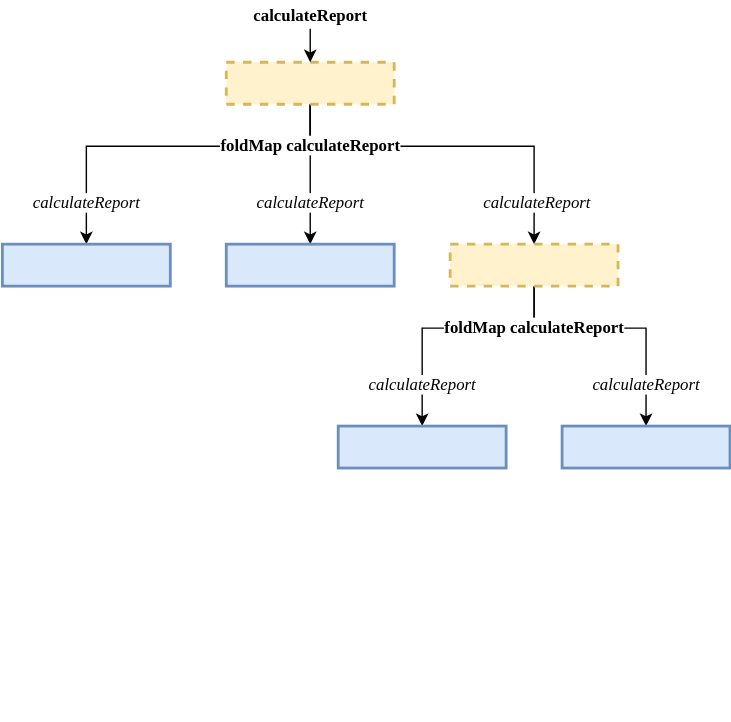
owickstrom/domain-modeling-with-haskell-data-structures-oredev keeps this draw.io diagram as src/images/project-tree-foldmap.svg. Above is the earlier version. Source tidied: cells renumbered, new cells last; positions are measured from the earlier drawing's top-left corner, leaving out a move shared by most shapes.
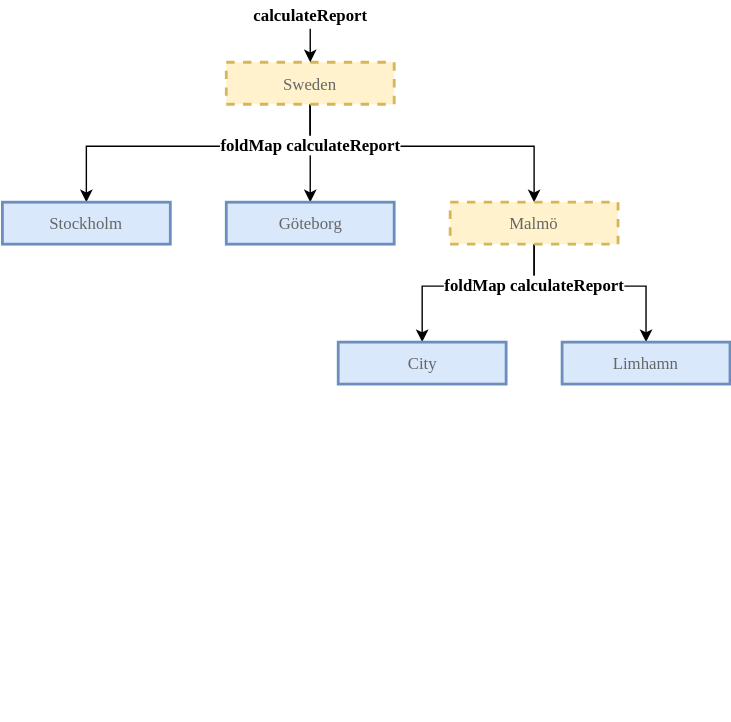
The same diagram one commit later.

Change to the diagram source:
```diff
@@ -21,39 +21,39 @@
         </Array>
       </mxGeometry>
     </mxCell>
-    <mxCell id="5" value="&lt;div&gt;Sweden&lt;/div&gt;" style="rounded=0;whiteSpace=wrap;fontFamily=Source Sans Pro;fontStyle=1;fillColor=#fff2cc;strokeColor=#d6b656;strokeWidth=2;dashed=1;fontColor=none;noLabel=1;" parent="1" vertex="1">
+    <mxCell id="5" value="Sweden" style="rounded=0;whiteSpace=wrap;fontFamily=Source Sans Pro;fontStyle=0;fillColor=#fff2cc;strokeColor=#d6b656;strokeWidth=2;dashed=1;fontColor=#666666;" parent="1" vertex="1">
       <mxGeometry x="160" y="44" width="120" height="30" as="geometry" />
     </mxCell>
-    <mxCell id="6" value="&lt;div&gt;Stockholm&lt;/div&gt;" style="rounded=0;whiteSpace=wrap;fontFamily=Source Sans Pro;fontStyle=1;fillColor=#dae8fc;strokeColor=#6c8ebf;strokeWidth=2;fontColor=none;noLabel=1;" parent="1" vertex="1">
-      <mxGeometry y="174" width="120" height="30" as="geometry" />
+    <mxCell id="6" value="Stockholm" style="rounded=0;whiteSpace=wrap;fontFamily=Source Sans Pro;fontStyle=0;fillColor=#dae8fc;strokeColor=#6c8ebf;strokeWidth=2;fontColor=#666666;" parent="1" vertex="1">
+      <mxGeometry y="144" width="120" height="30" as="geometry" />
     </mxCell>
-    <mxCell id="7" value="Göteborg" style="rounded=0;whiteSpace=wrap;fontFamily=Source Sans Pro;fontStyle=1;fillColor=#dae8fc;strokeColor=#6c8ebf;strokeWidth=2;fontColor=none;noLabel=1;" parent="1" vertex="1">
-      <mxGeometry x="160" y="174" width="120" height="30" as="geometry" />
+    <mxCell id="7" value="Göteborg" style="rounded=0;whiteSpace=wrap;fontFamily=Source Sans Pro;fontStyle=0;fillColor=#dae8fc;strokeColor=#6c8ebf;strokeWidth=2;fontColor=#666666;" parent="1" vertex="1">
+      <mxGeometry x="160" y="144" width="120" height="30" as="geometry" />
     </mxCell>
     <mxCell id="8" style="edgeStyle=orthogonalEdgeStyle;rounded=0;exitX=0.5;exitY=1;entryX=0.5;entryY=0;jettySize=auto;fontFamily=Source Sans Pro;fontColor=none;noLabel=1;" parent="1" edge="1" source="10" target="11">
       <mxGeometry relative="1" as="geometry">
         <Array as="points">
-          <mxPoint x="380" y="234" />
-          <mxPoint x="300" y="234" />
+          <mxPoint x="380" y="204" />
+          <mxPoint x="300" y="204" />
         </Array>
       </mxGeometry>
     </mxCell>
     <mxCell id="9" style="edgeStyle=orthogonalEdgeStyle;rounded=0;exitX=0.5;exitY=1;entryX=0.5;entryY=0;jettySize=auto;fontFamily=Source Sans Pro;fontColor=none;noLabel=1;" parent="1" edge="1" source="10" target="12">
       <mxGeometry relative="1" as="geometry">
         <Array as="points">
-          <mxPoint x="380" y="234" />
-          <mxPoint x="460" y="234" />
+          <mxPoint x="380" y="204" />
+          <mxPoint x="460" y="204" />
         </Array>
       </mxGeometry>
     </mxCell>
-    <mxCell id="10" value="Malmö" style="rounded=0;whiteSpace=wrap;fontFamily=Source Sans Pro;fontStyle=1;labelBackgroundColor=none;fillColor=#fff2cc;strokeColor=#d6b656;strokeWidth=2;dashed=1;fontColor=none;noLabel=1;" parent="1" vertex="1">
-      <mxGeometry x="320" y="174" width="120" height="30" as="geometry" />
+    <mxCell id="10" value="Malmö" style="rounded=0;whiteSpace=wrap;fontFamily=Source Sans Pro;fontStyle=0;labelBackgroundColor=none;fillColor=#fff2cc;strokeColor=#d6b656;strokeWidth=2;dashed=1;fontColor=#666666;" parent="1" vertex="1">
+      <mxGeometry x="320" y="144" width="120" height="30" as="geometry" />
     </mxCell>
-    <mxCell id="11" value="City" style="rounded=0;whiteSpace=wrap;fontFamily=Source Sans Pro;fontStyle=1;fillColor=#dae8fc;strokeColor=#6c8ebf;strokeWidth=2;fontColor=none;noLabel=1;" parent="1" vertex="1">
-      <mxGeometry x="240" y="304" width="120" height="30" as="geometry" />
+    <mxCell id="11" value="City" style="rounded=0;whiteSpace=wrap;fontFamily=Source Sans Pro;fontStyle=0;fillColor=#dae8fc;strokeColor=#6c8ebf;strokeWidth=2;fontColor=#666666;" parent="1" vertex="1">
+      <mxGeometry x="240" y="244" width="120" height="30" as="geometry" />
     </mxCell>
-    <mxCell id="12" value="Limhamn" style="rounded=0;whiteSpace=wrap;fontFamily=Source Sans Pro;fontStyle=1;fillColor=#dae8fc;strokeColor=#6c8ebf;strokeWidth=2;fontColor=none;noLabel=1;" parent="1" vertex="1">
-      <mxGeometry x="400" y="304" width="120" height="30" as="geometry" />
+    <mxCell id="12" value="Limhamn" style="rounded=0;whiteSpace=wrap;fontFamily=Source Sans Pro;fontStyle=0;fillColor=#dae8fc;strokeColor=#6c8ebf;strokeWidth=2;fontColor=#666666;" parent="1" vertex="1">
+      <mxGeometry x="400" y="244" width="120" height="30" as="geometry" />
     </mxCell>
     <mxCell id="13" value="Text" style="text;align=left;verticalAlign=top;spacingTop=-4;fontColor=none;noLabel=1;" parent="1" vertex="1">
       <mxGeometry x="422" y="495" width="40" height="20" as="geometry" />
@@ -68,22 +68,7 @@
       <mxGeometry x="130" width="180" height="20" as="geometry" />
     </mxCell>
     <mxCell id="17" value="&lt;div&gt;foldMap calculateReport&lt;/div&gt;" style="text;html=1;strokeColor=none;fillColor=none;align=center;verticalAlign=middle;whiteSpace=wrap;rounded=0;fontColor=#000000;labelBackgroundColor=#ffffff;fontFamily=Iosevka;fontStyle=1;" parent="1" vertex="1">
-      <mxGeometry x="290" y="223" width="180" height="20" as="geometry" />
+      <mxGeometry x="290" y="193" width="180" height="20" as="geometry" />
     </mxCell>
-    <mxCell id="18" value="&lt;div&gt;calculateReport&lt;/div&gt;" style="text;html=1;strokeColor=none;fillColor=none;align=center;verticalAlign=middle;whiteSpace=wrap;rounded=0;fontColor=#000000;labelBackgroundColor=#ffffff;fontFamily=Iosevka;fontStyle=2;" parent="1" vertex="1">
-      <mxGeometry y="134" width="120" height="20" as="geometry" />
-    </mxCell>
-    <mxCell id="19" value="&lt;div&gt;calculateReport&lt;/div&gt;" style="text;html=1;strokeColor=none;fillColor=none;align=center;verticalAlign=middle;whiteSpace=wrap;rounded=0;fontColor=#000000;labelBackgroundColor=#ffffff;fontFamily=Iosevka;fontStyle=2;" parent="1" vertex="1">
-      <mxGeometry x="160" y="134" width="120" height="20" as="geometry" />
-    </mxCell>
-    <mxCell id="20" value="&lt;div&gt;calculateReport&lt;/div&gt;" style="text;html=1;strokeColor=none;fillColor=none;align=center;verticalAlign=middle;whiteSpace=wrap;rounded=0;fontColor=#000000;labelBackgroundColor=#ffffff;fontFamily=Iosevka;fontStyle=2;" parent="1" vertex="1">
-      <mxGeometry x="322" y="134" width="120" height="20" as="geometry" />
-    </mxCell>
-    <mxCell id="21" value="&lt;div&gt;calculateReport&lt;/div&gt;" style="text;html=1;strokeColor=none;fillColor=none;align=center;verticalAlign=middle;whiteSpace=wrap;rounded=0;fontColor=#000000;labelBackgroundColor=#ffffff;fontFamily=Iosevka;fontStyle=2;" parent="1" vertex="1">
-      <mxGeometry x="240" y="263.5" width="120" height="20" as="geometry" />
-    </mxCell>
-    <mxCell id="22" value="&lt;div&gt;calculateReport&lt;/div&gt;" style="text;html=1;strokeColor=none;fillColor=none;align=center;verticalAlign=middle;whiteSpace=wrap;rounded=0;fontColor=#000000;labelBackgroundColor=#ffffff;fontFamily=Iosevka;fontStyle=2;" parent="1" vertex="1">
-      <mxGeometry x="400" y="263.5" width="120" height="20" as="geometry" />
-    </mxCell>
   </root>
 </mxGraphModel>
```
